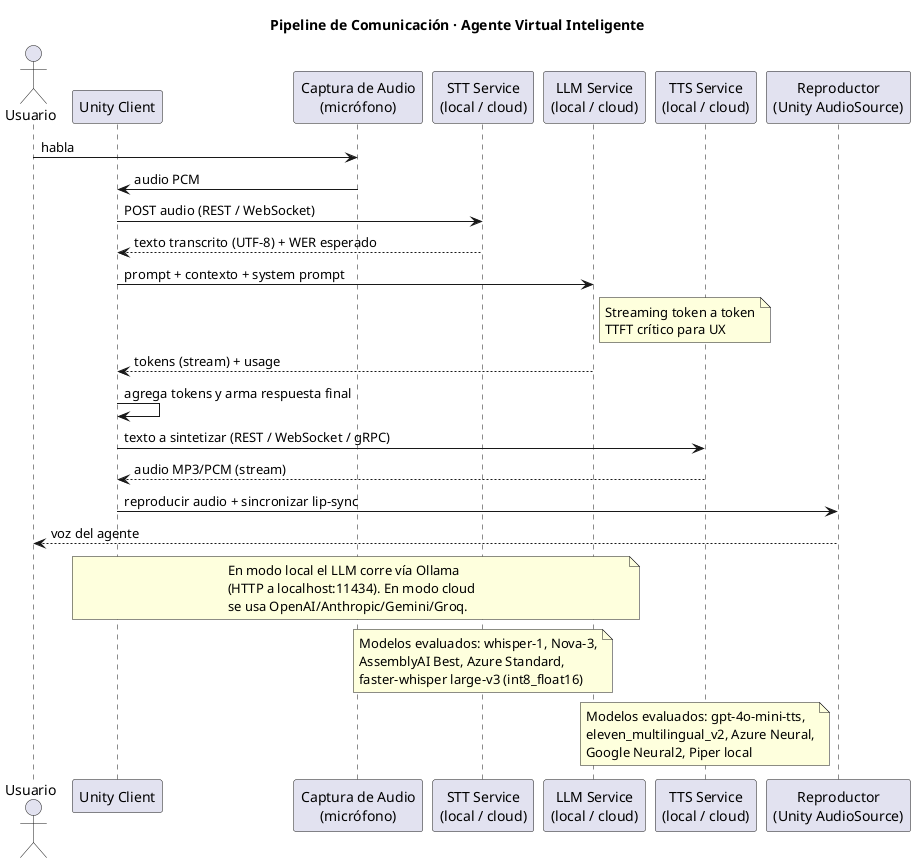
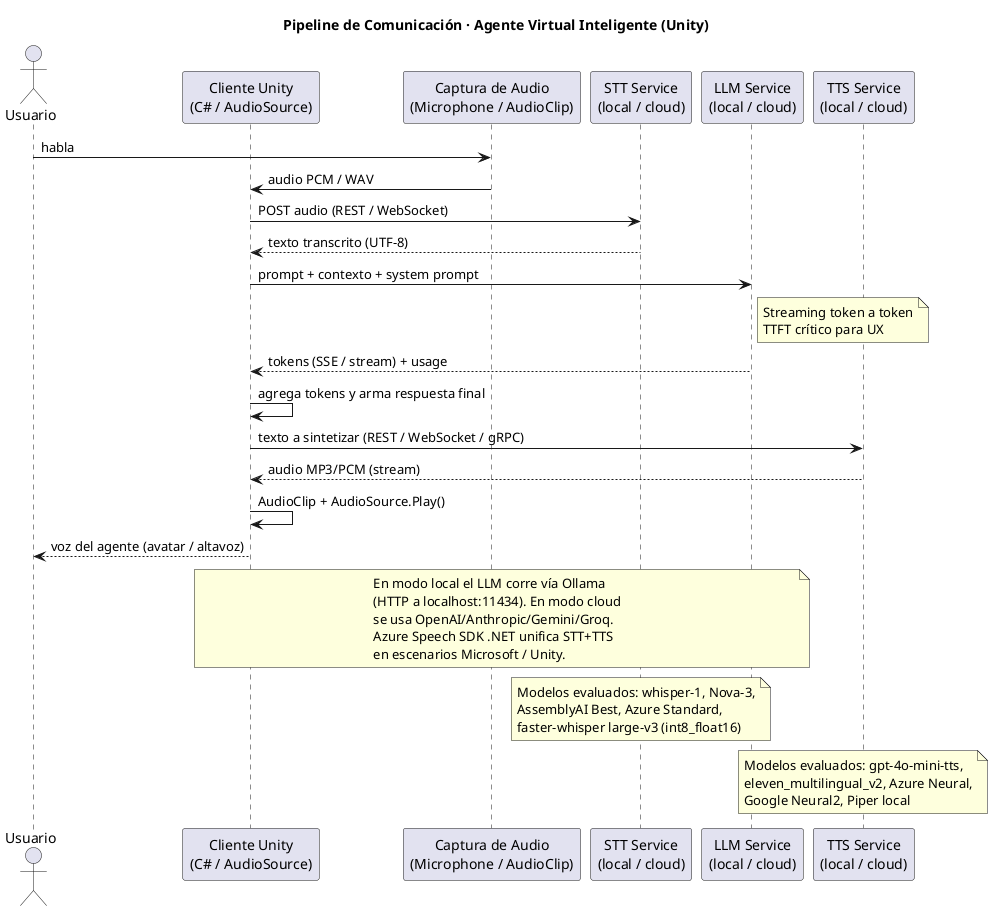
@startuml
- title Pipeline de Comunicación · Agente Virtual Inteligente
+ title Pipeline de Comunicación · Agente Virtual Inteligente (Unity)

actor "Usuario" as User
- participant "Unity Client" as Unity
- participant "Captura de Audio\n(micrófono)" as Mic
+ participant "Cliente Unity\n(C# / AudioSource)" as Unity
+ participant "Captura de Audio\n(Microphone / AudioClip)" as Mic
participant "STT Service\n(local / cloud)" as STT
participant "LLM Service\n(local / cloud)" as LLM
participant "TTS Service\n(local / cloud)" as TTS
- participant "Reproductor\n(Unity AudioSource)" as Speaker

User -> Mic : habla
- Mic -> Unity : audio PCM
+ Mic -> Unity : audio PCM / WAV
Unity -> STT : POST audio (REST / WebSocket)
- STT --> Unity : texto transcrito (UTF-8) + WER esperado
+ STT --> Unity : texto transcrito (UTF-8)
Unity -> LLM : prompt + contexto + system prompt
note right of LLM
  Streaming token a token
  TTFT crítico para UX
end note
- LLM --> Unity : tokens (stream) + usage
+ LLM --> Unity : tokens (SSE / stream) + usage
Unity -> Unity : agrega tokens y arma respuesta final
Unity -> TTS : texto a sintetizar (REST / WebSocket / gRPC)
TTS --> Unity : audio MP3/PCM (stream)
- Unity -> Speaker : reproducir audio + sincronizar lip-sync
- Speaker --> User : voz del agente
+ Unity -> Unity : AudioClip + AudioSource.Play()
+ Unity --> User : voz del agente (avatar / altavoz)

note over Unity, LLM
  En modo local el LLM corre vía Ollama
  (HTTP a localhost:11434). En modo cloud
  se usa OpenAI/Anthropic/Gemini/Groq.
+   Azure Speech SDK .NET unifica STT+TTS
+   en escenarios Microsoft / Unity.
end note

note over STT
  Modelos evaluados: whisper-1, Nova-3,
  AssemblyAI Best, Azure Standard,
  faster-whisper large-v3 (int8_float16)
end note

note over TTS
  Modelos evaluados: gpt-4o-mini-tts,
  eleven_multilingual_v2, Azure Neural,
  Google Neural2, Piper local
end note

@enduml
